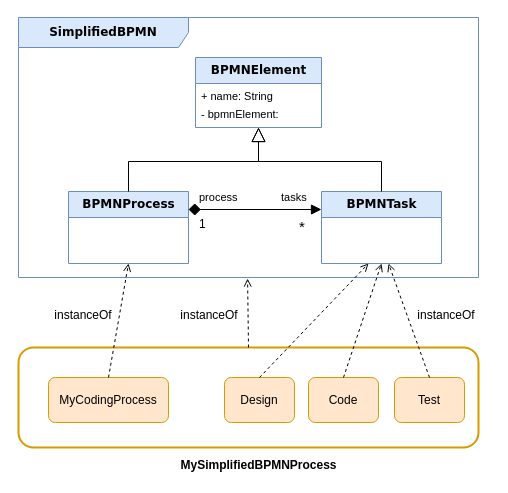
labsticc-p4s/multi-process-challenge keeps this draw.io diagram as Figures/BPMNSubsetExample.drawio. Above is the earlier version. Source tidied: cells renumbered, new cells numbered last; positions are measured from the earlier drawing's top-left corner, leaving out a move shared by most shapes. Both pictures are drawn from the tidied source at 100%, with x=0, y=0 at pixel (18, 17).
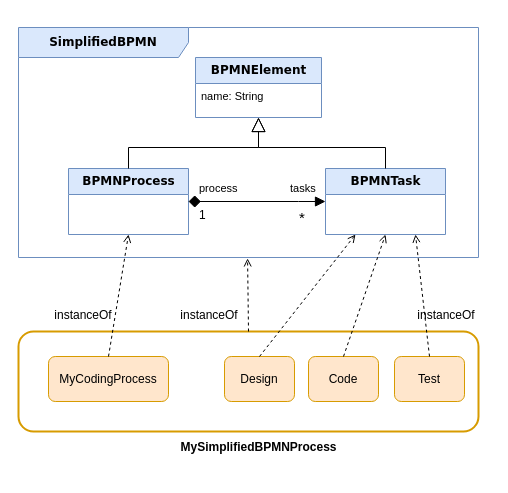
The same page after the edit.

Commit message (it also covers changes not shown here):
des retouches graphiques

What changed in the source:
```diff
@@
     <mxCell id="2" value="&lt;b&gt;&lt;font style=&quot;font-size: 12px&quot;&gt;SimplifiedBPMN&lt;/font&gt;&lt;/b&gt;" style="shape=umlFrame;whiteSpace=wrap;html=1;rounded=0;shadow=0;comic=0;labelBackgroundColor=none;strokeWidth=1;fontFamily=Verdana;fontSize=10;align=center;width=170;height=30;fillColor=#dae8fc;strokeColor=#6c8ebf;" parent="1" vertex="1">
-      <mxGeometry width="460" height="260" as="geometry" />
+      <mxGeometry y="10" width="460" height="230" as="geometry" />
     </mxCell>
     <mxCell id="3" value="&lt;font style=&quot;font-size: 12px&quot;&gt;&lt;b&gt;BPMNElement&lt;/b&gt;&lt;/font&gt;" style="swimlane;html=1;fontStyle=0;horizontal=1;startSize=26;fillColor=#dae8fc;swimlaneFillColor=#ffffff;rounded=0;shadow=0;comic=0;labelBackgroundColor=none;strokeWidth=1;fontFamily=Verdana;fontSize=10;align=center;strokeColor=#6c8ebf;" parent="1" vertex="1">
-      <mxGeometry x="177" y="40" width="126" height="70" as="geometry" />
+      <mxGeometry x="177" y="40" width="126" height="60" as="geometry" />
     </mxCell>
-    <mxCell id="4" value="+ name: String" style="text;html=1;strokeColor=none;fillColor=none;align=left;verticalAlign=top;spacingLeft=4;spacingRight=4;whiteSpace=wrap;overflow=hidden;fontSize=11;" parent="3" vertex="1">
+    <mxCell id="4" value="name: String" style="text;html=1;strokeColor=none;fillColor=none;align=left;verticalAlign=top;spacingLeft=4;spacingRight=4;whiteSpace=wrap;overflow=hidden;fontSize=11;" parent="3" vertex="1">
       <mxGeometry y="26" width="126" height="18" as="geometry" />
     </mxCell>
-    <mxCell id="5" value="- bpmnElement:" style="text;html=1;strokeColor=none;fillColor=none;align=left;verticalAlign=top;spacingLeft=4;spacingRight=4;whiteSpace=wrap;overflow=hidden;fontSize=11;" parent="3" vertex="1">
-      <mxGeometry y="44" width="126" height="18" as="geometry" />
-    </mxCell>
     <mxCell id="6" value="&lt;font style=&quot;font-size: 12px&quot;&gt;&lt;b&gt;BPMNProcess&lt;/b&gt;&lt;/font&gt;" style="swimlane;html=1;fontStyle=0;horizontal=1;startSize=26;fillColor=#dae8fc;swimlaneFillColor=#ffffff;rounded=0;shadow=0;comic=0;labelBackgroundColor=none;strokeWidth=1;fontFamily=Verdana;fontSize=10;align=center;strokeColor=#6c8ebf;" parent="1" vertex="1">
-      <mxGeometry x="50" y="174" width="120" height="72" as="geometry" />
+      <mxGeometry x="50" y="151" width="120" height="66" as="geometry" />
     </mxCell>
-    <mxCell id="7" style="edgeStyle=none;rounded=0;jettySize=auto;html=1;exitX=0;exitY=0.25;exitDx=0;exitDy=0;entryX=1;entryY=0.25;entryDx=0;entryDy=0;endArrow=diamond;endFill=1;endSize=10;startArrow=block;startFill=1;startSize=8;" parent="1" edge="1" source="8" target="6">
-      <mxGeometry relative="1" as="geometry" />
+    <mxCell id="7" style="edgeStyle=none;rounded=0;orthogonalLoop=1;jettySize=auto;html=1;endArrow=diamond;endFill=1;endSize=10;startArrow=block;startFill=1;startSize=8;" parent="1" edge="1">
+      <mxGeometry relative="1" as="geometry">
+        <mxPoint x="307" y="184" as="sourcePoint" />
+        <mxPoint x="170" y="184" as="targetPoint" />
+        <Array as="points">
+          <mxPoint x="280" y="184" />
+          <mxPoint x="180" y="184" />
+        </Array>
+      </mxGeometry>
     </mxCell>
     <mxCell id="8" value="&lt;font style=&quot;font-size: 12px&quot;&gt;&lt;b&gt;BPMNTask&lt;/b&gt;&lt;/font&gt;" style="swimlane;html=1;fontStyle=0;horizontal=1;startSize=26;fillColor=#dae8fc;swimlaneFillColor=#ffffff;rounded=0;shadow=0;comic=0;labelBackgroundColor=none;strokeWidth=1;fontFamily=Verdana;fontSize=10;align=center;strokeColor=#6c8ebf;" parent="1" vertex="1">
-      <mxGeometry x="303" y="174" width="120" height="72" as="geometry" />
+      <mxGeometry x="307" y="151" width="120" height="66" as="geometry" />
     </mxCell>
     <mxCell id="9" style="endArrow=block;endSize=12;endFill=0;html=1;rounded=0;" parent="1" edge="1" source="6" target="3">
       <mxGeometry relative="1" as="geometry">
         <Array as="points">
-          <mxPoint x="110" y="144" />
-          <mxPoint x="240" y="144" />
+          <mxPoint x="110" y="130" />
+          <mxPoint x="240" y="130" />
         </Array>
       </mxGeometry>
     </mxCell>
     <mxCell id="10" style="endArrow=block;endSize=12;endFill=0;html=1;exitX=0.5;exitY=0;exitDx=0;exitDy=0;rounded=0;" parent="1" edge="1" source="8" target="3">
       <mxGeometry relative="1" as="geometry">
         <Array as="points">
-          <mxPoint x="363" y="144" />
-          <mxPoint x="240" y="144" />
+          <mxPoint x="367" y="130" />
+          <mxPoint x="240" y="130" />
         </Array>
       </mxGeometry>
     </mxCell>
     <mxCell id="11" value="tasks" style="edgeLabel;html=1;align=left;verticalAlign=bottom;" parent="1" vertex="1">
-      <mxGeometry x="261" y="188" as="geometry" />
+      <mxGeometry x="270" y="179" as="geometry" />
     </mxCell>
     <mxCell id="12" value="process" style="edgeLabel;html=1;align=left;verticalAlign=bottom;" parent="1" vertex="1">
-      <mxGeometry x="179" y="188" as="geometry" />
+      <mxGeometry x="179" y="179" as="geometry" />
     </mxCell>
     <mxCell id="13" value="&lt;font style=&quot;font-size: 12px&quot;&gt;1&lt;/font&gt;" style="edgeLabel;html=1;align=left;verticalAlign=bottom;" parent="1" vertex="1">
-      <mxGeometry x="181" y="215" as="geometry">
+      <mxGeometry x="181" y="206" as="geometry">
         <mxPoint x="-2" as="offset" />
       </mxGeometry>
     </mxCell>
     <mxCell id="14" value="&lt;font style=&quot;font-size: 15px&quot;&gt;*&lt;/font&gt;" style="edgeLabel;html=1;align=left;verticalAlign=bottom;" parent="1" vertex="1">
-      <mxGeometry x="187" y="237" as="geometry">
+      <mxGeometry x="187" y="228" as="geometry">
         <mxPoint x="92" y="-17" as="offset" />
       </mxGeometry>
     </mxCell>
     <mxCell id="15" style="rounded=1;whiteSpace=wrap;html=1;fillColor=none;strokeColor=#d79b00;strokeWidth=2;" parent="1" vertex="1">
-      <mxGeometry y="330" width="460" height="100" as="geometry" />
+      <mxGeometry y="314" width="460" height="100" as="geometry" />
     </mxCell>
     <mxCell id="16" value="MyCodingProcess" style="rounded=1;whiteSpace=wrap;html=1;strokeWidth=1;fillColor=#ffe6cc;strokeColor=#d79b00;" parent="1" vertex="1">
-      <mxGeometry x="30" y="360" width="120" height="45" as="geometry" />
+      <mxGeometry x="30" y="339" width="120" height="45" as="geometry" />
     </mxCell>
     <mxCell id="17" value="Design" style="rounded=1;whiteSpace=wrap;html=1;strokeWidth=1;fillColor=#ffe6cc;strokeColor=#d79b00;" parent="1" vertex="1">
-      <mxGeometry x="206" y="360" width="70" height="45" as="geometry" />
+      <mxGeometry x="206" y="339" width="70" height="45" as="geometry" />
     </mxCell>
     <mxCell id="18" value="Code" style="rounded=1;whiteSpace=wrap;html=1;strokeWidth=1;fillColor=#ffe6cc;strokeColor=#d79b00;" parent="1" vertex="1">
-      <mxGeometry x="290" y="360" width="70" height="45" as="geometry" />
+      <mxGeometry x="290" y="339" width="70" height="45" as="geometry" />
     </mxCell>
     <mxCell id="19" value="Test" style="rounded=1;whiteSpace=wrap;html=1;strokeWidth=1;fillColor=#ffe6cc;strokeColor=#d79b00;" parent="1" vertex="1">
-      <mxGeometry x="376" y="360" width="70" height="45" as="geometry" />
+      <mxGeometry x="376" y="339" width="70" height="45" as="geometry" />
     </mxCell>
@@
-    <mxCell id="21" style="rounded=0;jettySize=auto;html=1;startArrow=none;startFill=0;startSize=10;endArrow=open;endFill=0;exitX=0.5;exitY=0;exitDx=0;exitDy=0;dashed=1;" parent="1" edge="1" source="17">
-      <mxGeometry relative="1" as="geometry">
-        <mxPoint x="350" y="246" as="targetPoint" />
-      </mxGeometry>
+    <mxCell id="21" style="rounded=0;jettySize=auto;html=1;startArrow=none;startFill=0;startSize=10;endArrow=open;endFill=0;exitX=0.5;exitY=0;exitDx=0;exitDy=0;dashed=1;entryX=0.25;entryY=1;entryDx=0;entryDy=0;" parent="1" edge="1" source="17" target="8">
+      <mxGeometry relative="1" as="geometry" />
     </mxCell>
-    <mxCell id="22" style="rounded=0;jettySize=auto;html=1;startArrow=none;startFill=0;startSize=10;endArrow=open;endFill=0;exitX=0.5;exitY=0;exitDx=0;exitDy=0;dashed=1;" parent="1" edge="1" source="19">
-      <mxGeometry relative="1" as="geometry">
-        <mxPoint x="370" y="246" as="targetPoint" />
-      </mxGeometry>
+    <mxCell id="22" style="rounded=0;jettySize=auto;html=1;startArrow=none;startFill=0;startSize=10;endArrow=open;endFill=0;exitX=0.5;exitY=0;exitDx=0;exitDy=0;dashed=1;entryX=0.75;entryY=1;entryDx=0;entryDy=0;" parent="1" edge="1" source="19" target="8">
+      <mxGeometry relative="1" as="geometry" />
     </mxCell>
@@
     <mxCell id="28" value="MySimplifiedBPMNProcess" style="text;html=1;strokeColor=none;fillColor=none;align=center;verticalAlign=middle;whiteSpace=wrap;rounded=0;fontStyle=1;" parent="1" vertex="1">
-      <mxGeometry x="148.5" y="438" width="183" height="20" as="geometry" />
+      <mxGeometry x="148.5" y="420" width="183" height="20" as="geometry" />
     </mxCell>
```
